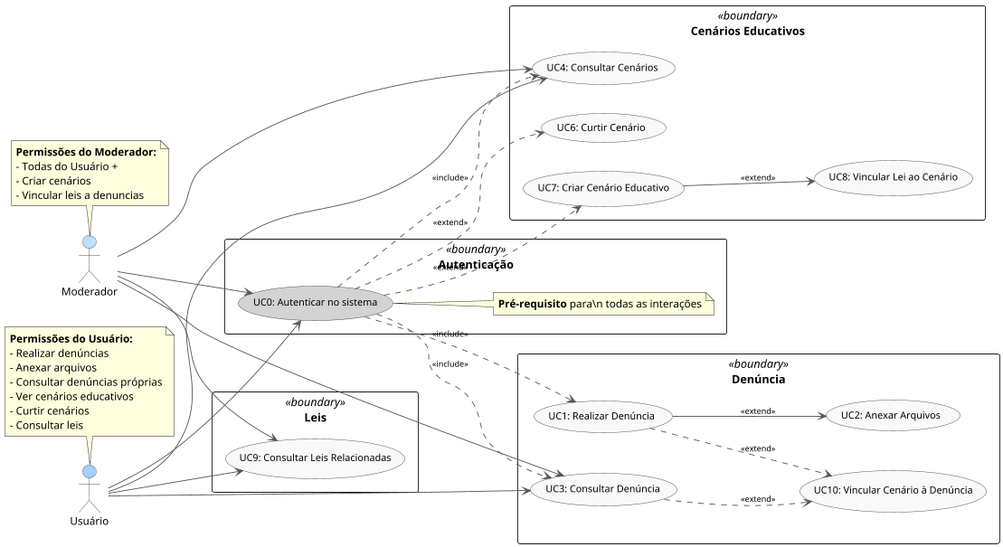
This is docs/diagrams/useCase.png from jaderAdriel/denuncie-barreiras, a PlantUML export, as it was before one commit. Its diagram source:
```plantuml
@startuml
!pragma useVerticalIf on

skinparam usecase {
    BackgroundColor #F9F9F9
    BorderColor #444444
    FontSize 12
    ArrowColor #555555
    ArrowFontSize 10
}

skinparam actor {
    BackgroundColor #F9F9F9
    BorderColor #555555
    FontSize 13
}

skinparam actor {
    BackgroundColor #F9F9F9
    BorderColor #555555
    FontSize 13
}

left to right direction

actor "Usuário" as u #A2D2FF
actor "Moderador" as m #BDE0FE

rectangle "Autenticação" <<boundary>> {
    (UC0: Autenticar no sistema) as uc0 #LightGray
    note right of uc0
      <b>Pré-requisito</b> para\n todas as interações
    end note
}

rectangle "Denúncia" <<boundary>> {
    (UC1: Realizar Denúncia) as uc1
    (UC2: Anexar Arquivos) as uc2
    (UC3: Consultar Denúncia) as uc3
    (UC10: Vincular Cenário à Denúncia) as uc10
}

rectangle "Cenários Educativos" <<boundary>> {
    (UC4: Consultar Cenários) as uc4
    (UC6: Curtir Cenário) as uc6
    (UC7: Criar Cenário Educativo) as uc7
    (UC8: Vincular Lei ao Cenário) as uc8
}

rectangle "Leis" <<boundary>> {
    (UC9: Consultar Leis Relacionadas) as uc9
}

u --> uc0
u --> uc3
u --> uc4
u --> uc9
uc1 --> uc2 : <<extend>>
uc0 .down.> uc1 : <<include>>
uc0 .down.> uc4 : <<include>>
uc0 .down.> uc3 : <<include>>
uc1 .down.> uc10 : <<extend>>
uc3 .down.> uc10 : <<extend>>

m --> uc0
m --> uc4
m --> uc3
m --> uc9
uc7 --> uc8 : <<extend>>
uc0 .down.> uc7 : <<extend>>
uc0 .down.> uc6 : <<extend>>


note top of u
  <b>Permissões do Usuário:</b>
  - Realizar denúncias
  - Anexar arquivos
  - Consultar denúncias próprias
  - Ver cenários educativos
  - Curtir cenários
  - Consultar leis
end note

note top of m
  <b>Permissões do Moderador:</b>
  - Todas do Usuário +
  - Criar cenários
  - Vincular leis a denuncias
end note

@enduml
```
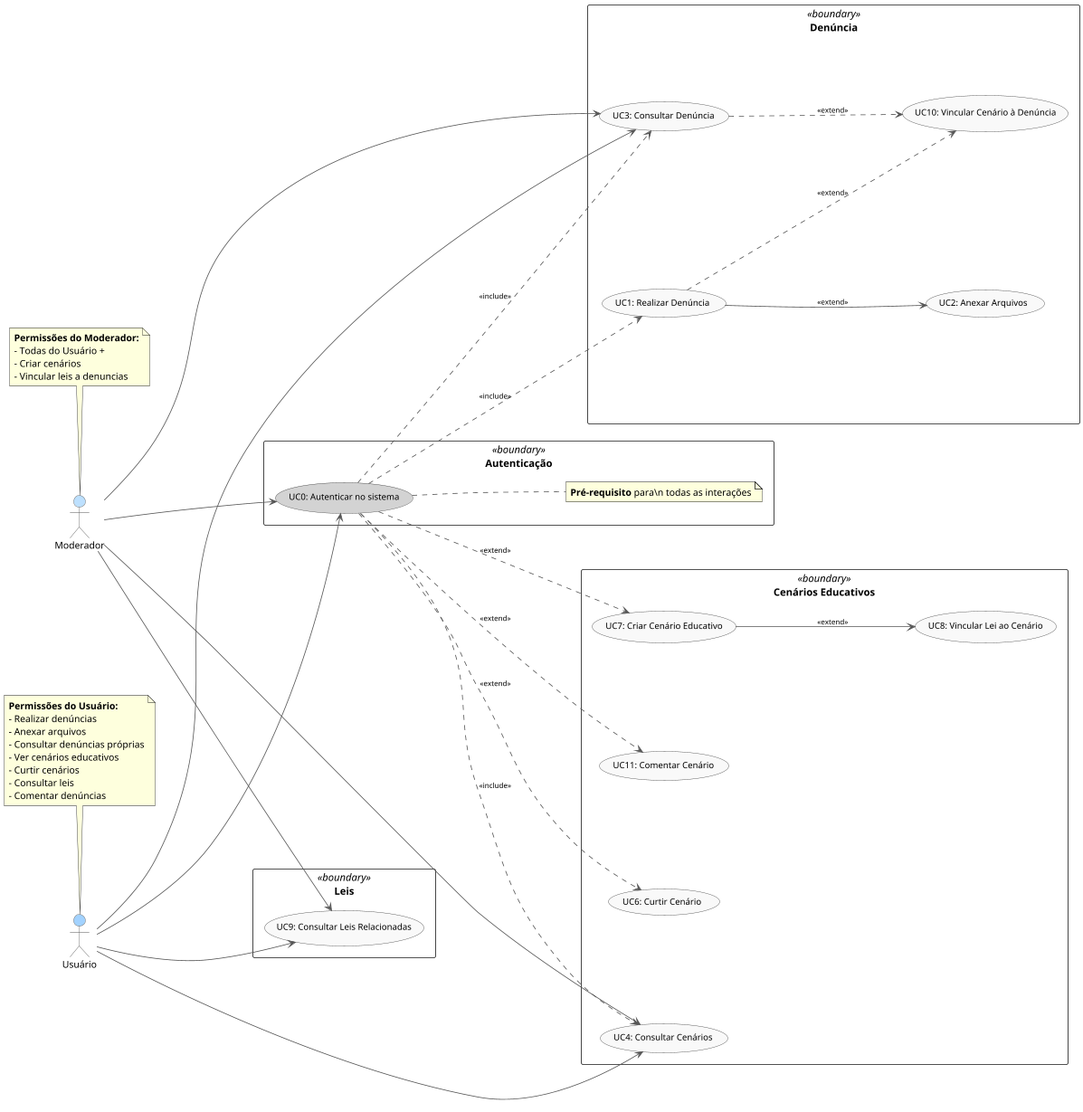
Above is the later version.

Commit message:
docs: atualiza diagramas, adiciona nova classe e muda atributos

Diff of the diagram source:
```diff
@@ -1,5 +1,7 @@
 @startuml
 !pragma useVerticalIf on
+skinparam Nodesep 150
+skinparam Ranksep 150
 
 skinparam usecase {
     BackgroundColor #F9F9F9
@@ -45,6 +47,7 @@
     (UC6: Curtir Cenário) as uc6
     (UC7: Criar Cenário Educativo) as uc7
     (UC8: Vincular Lei ao Cenário) as uc8
+    (UC11: Comentar Cenário) as uc11
 }
 
 rectangle "Leis" <<boundary>> {
@@ -61,6 +64,8 @@
 uc0 .down.> uc3 : <<include>>
 uc1 .down.> uc10 : <<extend>>
 uc3 .down.> uc10 : <<extend>>
+uc0 .down.> uc11 : <<extend>>
+
 
 m --> uc0
 m --> uc4
@@ -70,7 +75,6 @@
 uc0 .down.> uc7 : <<extend>>
 uc0 .down.> uc6 : <<extend>>
 
-
 note top of u
   <b>Permissões do Usuário:</b>
   - Realizar denúncias
@@ -79,6 +83,7 @@
   - Ver cenários educativos
   - Curtir cenários
   - Consultar leis
+  - Comentar denúncias
 end note
 
 note top of m
```
